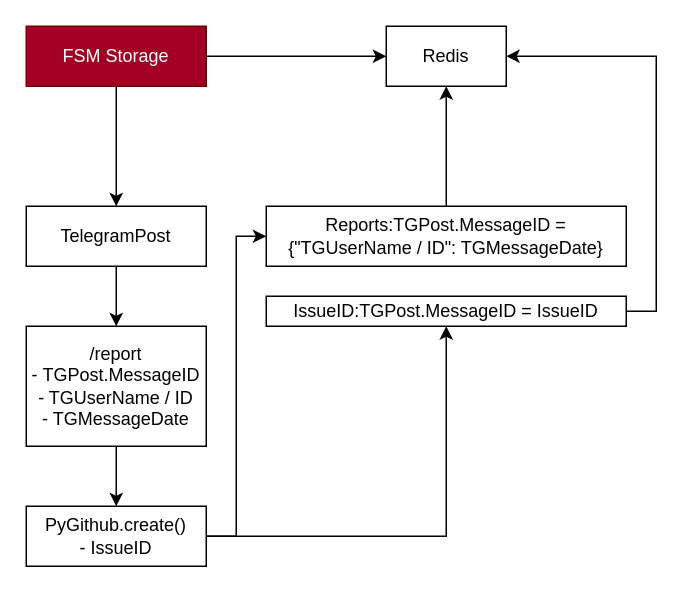
Earlier version of the draw.io diagram page "Page-1" (1 of 2) of docs/readme/Diagram.drawio (ames0k0/IssueTracker). Source tidied: cells renumbered, new cells numbered last; positions are measured from the earlier drawing's top-left corner, leaving out a move shared by most shapes. Both pictures are drawn from the tidied source at 150%, with x=0, y=0 at pixel (26, 26).
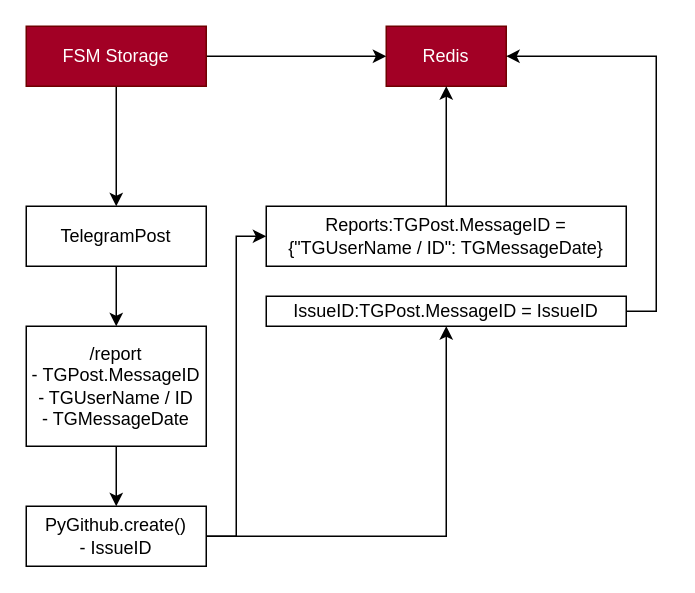
Above is the later version.

What changed in the source:
```diff
@@
-    <mxCell id="4" value="Redis" style="rounded=0;whiteSpace=wrap;html=1;" parent="1" vertex="1">
+    <mxCell id="4" value="Redis" style="rounded=0;whiteSpace=wrap;html=1;fillColor=#a20025;fontColor=#ffffff;strokeColor=#6F0000;" parent="1" vertex="1">
       <mxGeometry x="240" width="80" height="40" as="geometry" />
     </mxCell>
```
